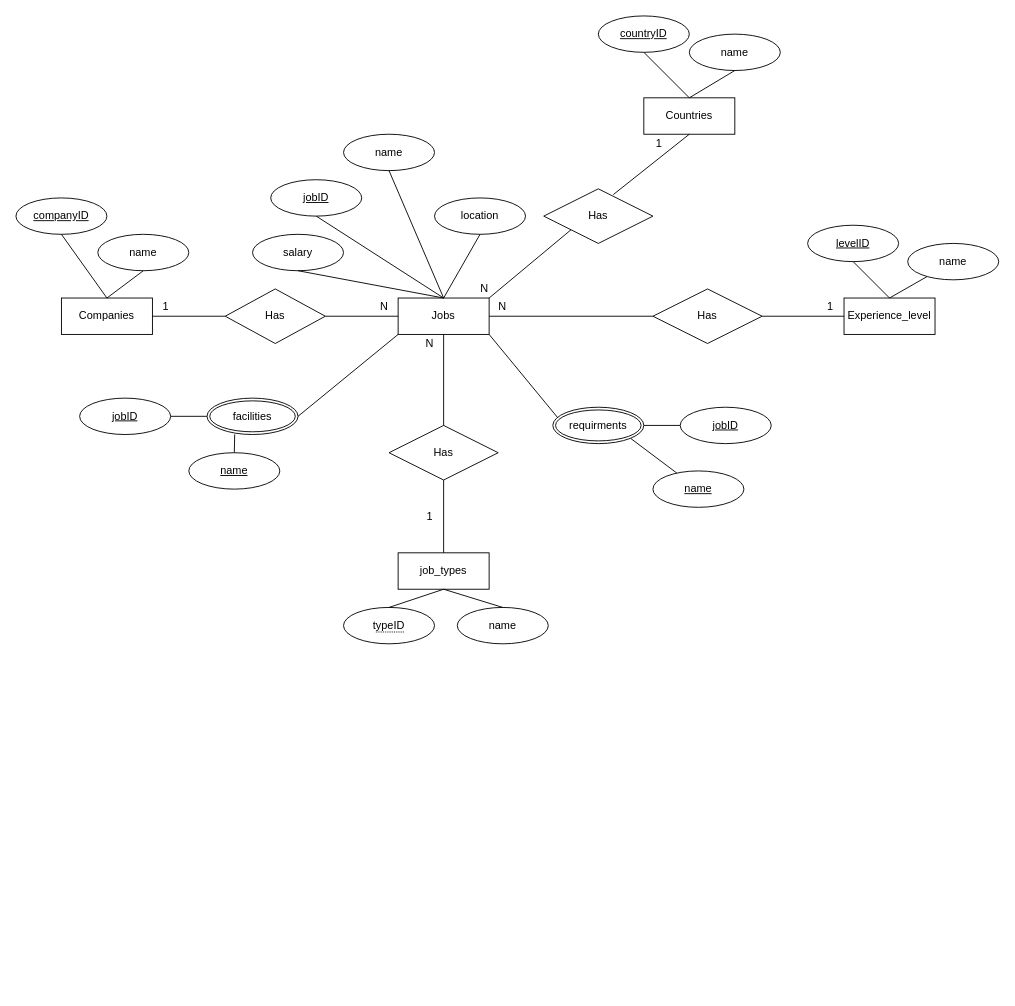
The draw.io diagram page "OpportunitiesERM" (3 of 3) of Repo_ERM.drawio in hnadir-dev/RestApiFlask, before the edit. Source tidied: cells renumbered, new cells numbered last; positions are measured from the earlier drawing's top-left corner, leaving out a move shared by most shapes. Both pictures are drawn from the tidied source at 91%, with x=0, y=0 at pixel (15, 15).
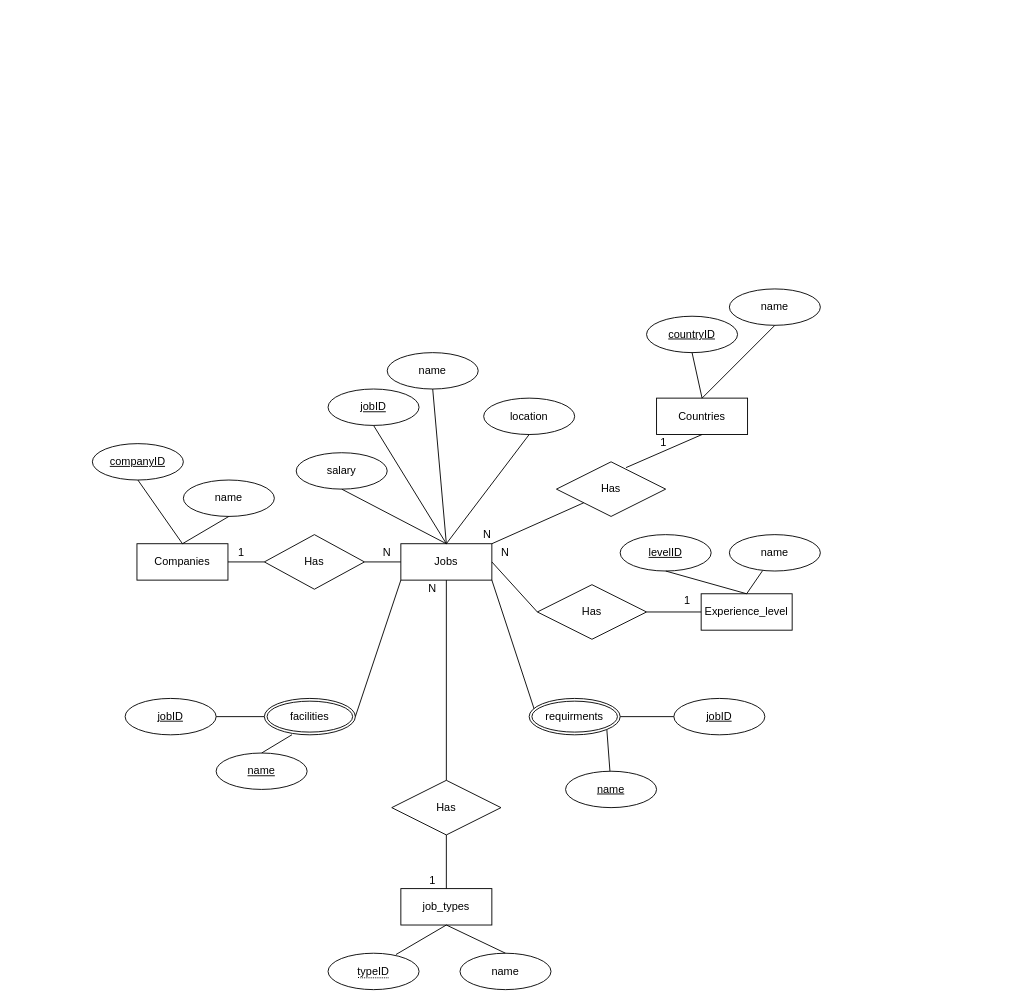
After the change.

What changed in the source:
```diff
@@
     <mxCell id="2" value="Companies" style="whiteSpace=wrap;html=1;align=center;" parent="1" vertex="1">
-      <mxGeometry x="50" y="310" width="100" height="40" as="geometry" />
+      <mxGeometry x="133" y="580" width="100" height="40" as="geometry" />
     </mxCell>
     <mxCell id="3" value="Jobs" style="whiteSpace=wrap;html=1;align=center;" parent="1" vertex="1">
-      <mxGeometry x="420" y="310" width="100" height="40" as="geometry" />
+      <mxGeometry x="423" y="580" width="100" height="40" as="geometry" />
     </mxCell>
     <mxCell id="4" value="Experience_level" style="whiteSpace=wrap;html=1;align=center;" parent="1" vertex="1">
-      <mxGeometry x="910" y="310" width="100" height="40" as="geometry" />
+      <mxGeometry x="753" y="635" width="100" height="40" as="geometry" />
     </mxCell>
     <mxCell id="5" value="job_types" style="whiteSpace=wrap;html=1;align=center;" parent="1" vertex="1">
-      <mxGeometry x="420" y="590" width="100" height="40" as="geometry" />
+      <mxGeometry x="423" y="959" width="100" height="40" as="geometry" />
     </mxCell>
     <mxCell id="6" value="jobID" style="ellipse;whiteSpace=wrap;html=1;align=center;fontStyle=4;" parent="1" vertex="1">
-      <mxGeometry x="280" y="180" width="100" height="40" as="geometry" />
+      <mxGeometry x="343" y="410" width="100" height="40" as="geometry" />
     </mxCell>
@@
     <mxCell id="8" value="name" style="ellipse;whiteSpace=wrap;html=1;align=center;" parent="1" vertex="1">
-      <mxGeometry x="360" y="130" width="100" height="40" as="geometry" />
+      <mxGeometry x="408" y="370" width="100" height="40" as="geometry" />
     </mxCell>
@@
     <mxCell id="10" value="salary" style="ellipse;whiteSpace=wrap;html=1;align=center;" parent="1" vertex="1">
-      <mxGeometry x="260" y="240" width="100" height="40" as="geometry" />
+      <mxGeometry x="308" y="480" width="100" height="40" as="geometry" />
     </mxCell>
@@
     <mxCell id="12" value="name" style="ellipse;whiteSpace=wrap;html=1;align=center;" parent="1" vertex="1">
-      <mxGeometry x="90" y="240" width="100" height="40" as="geometry" />
+      <mxGeometry x="184" y="510" width="100" height="40" as="geometry" />
     </mxCell>
     <mxCell id="13" value="companyID" style="ellipse;whiteSpace=wrap;html=1;align=center;fontStyle=4;" parent="1" vertex="1">
-      <mxGeometry y="200" width="100" height="40" as="geometry" />
+      <mxGeometry x="84" y="470" width="100" height="40" as="geometry" />
     </mxCell>
@@
     <mxCell id="17" value="name" style="ellipse;whiteSpace=wrap;html=1;align=center;" parent="1" vertex="1">
-      <mxGeometry x="980" y="250" width="100" height="40" as="geometry" />
+      <mxGeometry x="784" y="570" width="100" height="40" as="geometry" />
     </mxCell>
     <mxCell id="18" value="levelID" style="ellipse;whiteSpace=wrap;html=1;align=center;fontStyle=4;" parent="1" vertex="1">
-      <mxGeometry x="870" y="230" width="100" height="40" as="geometry" />
+      <mxGeometry x="664" y="570" width="100" height="40" as="geometry" />
     </mxCell>
@@
     <mxCell id="20" value="&lt;span style=&quot;border-bottom: 1px dotted&quot;&gt;typeID&lt;/span&gt;" style="ellipse;whiteSpace=wrap;html=1;align=center;" parent="1" vertex="1">
-      <mxGeometry x="360" y="650" width="100" height="40" as="geometry" />
+      <mxGeometry x="343" y="1030" width="100" height="40" as="geometry" />
     </mxCell>
     <mxCell id="21" value="name" style="ellipse;whiteSpace=wrap;html=1;align=center;" parent="1" vertex="1">
-      <mxGeometry x="485" y="650" width="100" height="40" as="geometry" />
+      <mxGeometry x="488" y="1030" width="100" height="40" as="geometry" />
     </mxCell>
@@
-    <mxCell id="23" style="endArrow=none;html=1;rounded=0;entryX=0.5;entryY=0;entryDx=0;entryDy=0;exitX=0.5;exitY=1;exitDx=0;exitDy=0;" parent="1" edge="1" source="5" target="20">
+    <mxCell id="23" style="endArrow=none;html=1;rounded=0;entryX=0.746;entryY=0.036;entryDx=0;entryDy=0;exitX=0.5;exitY=1;exitDx=0;exitDy=0;entryPerimeter=0;" parent="1" edge="1" source="5" target="20">
       <mxGeometry relative="1" as="geometry" />
     </mxCell>
@@
     <mxCell id="25" value="jobID" style="ellipse;whiteSpace=wrap;html=1;align=center;fontStyle=4;" parent="1" vertex="1">
-      <mxGeometry x="70" y="420" width="100" height="40" as="geometry" />
+      <mxGeometry x="120" y="750" width="100" height="40" as="geometry" />
     </mxCell>
     <mxCell id="26" value="&lt;u&gt;name&lt;/u&gt;" style="ellipse;whiteSpace=wrap;html=1;align=center;" parent="1" vertex="1">
-      <mxGeometry x="190" y="480" width="100" height="40" as="geometry" />
+      <mxGeometry x="220" y="810" width="100" height="40" as="geometry" />
     </mxCell>
@@
     <mxCell id="29" value="jobID" style="ellipse;whiteSpace=wrap;html=1;align=center;fontStyle=4;" parent="1" vertex="1">
-      <mxGeometry x="730" y="430" width="100" height="40" as="geometry" />
+      <mxGeometry x="723" y="750" width="100" height="40" as="geometry" />
     </mxCell>
@@
     <mxCell id="31" value="Has" style="shape=rhombus;perimeter=rhombusPerimeter;whiteSpace=wrap;html=1;align=center;" parent="1" vertex="1">
-      <mxGeometry x="230" y="300" width="110" height="60" as="geometry" />
+      <mxGeometry x="273" y="570" width="110" height="60" as="geometry" />
     </mxCell>
@@
     <mxCell id="34" value="1" style="text;html=1;strokeColor=none;fillColor=none;align=center;verticalAlign=middle;whiteSpace=wrap;rounded=0;" parent="1" vertex="1">
-      <mxGeometry x="150" y="310" width="30" height="20" as="geometry" />
+      <mxGeometry x="233" y="580" width="30" height="20" as="geometry" />
     </mxCell>
     <mxCell id="35" value="N" style="text;html=1;strokeColor=none;fillColor=none;align=center;verticalAlign=middle;whiteSpace=wrap;rounded=0;" parent="1" vertex="1">
-      <mxGeometry x="390" y="310" width="30" height="20" as="geometry" />
+      <mxGeometry x="393" y="580" width="30" height="20" as="geometry" />
     </mxCell>
     <mxCell id="36" value="Has" style="shape=rhombus;perimeter=rhombusPerimeter;whiteSpace=wrap;html=1;align=center;" parent="1" vertex="1">
-      <mxGeometry x="700" y="300" width="120" height="60" as="geometry" />
+      <mxGeometry x="573" y="625" width="120" height="60" as="geometry" />
     </mxCell>
@@
     <mxCell id="39" value="N" style="text;html=1;strokeColor=none;fillColor=none;align=center;verticalAlign=middle;whiteSpace=wrap;rounded=0;" parent="1" vertex="1">
-      <mxGeometry x="520" y="310" width="30" height="20" as="geometry" />
+      <mxGeometry x="523" y="580" width="30" height="20" as="geometry" />
     </mxCell>
     <mxCell id="40" value="1" style="text;html=1;strokeColor=none;fillColor=none;align=center;verticalAlign=middle;whiteSpace=wrap;rounded=0;" parent="1" vertex="1">
-      <mxGeometry x="880" y="310" width="30" height="20" as="geometry" />
+      <mxGeometry x="723" y="633" width="30" height="20" as="geometry" />
     </mxCell>
     <mxCell id="41" value="Has" style="shape=rhombus;perimeter=rhombusPerimeter;whiteSpace=wrap;html=1;align=center;" parent="1" vertex="1">
-      <mxGeometry x="410" y="450" width="120" height="60" as="geometry" />
+      <mxGeometry x="413" y="840" width="120" height="60" as="geometry" />
     </mxCell>
@@
     <mxCell id="44" value="N" style="text;html=1;strokeColor=none;fillColor=none;align=center;verticalAlign=middle;whiteSpace=wrap;rounded=0;" parent="1" vertex="1">
-      <mxGeometry x="440" y="350" width="30" height="20" as="geometry" />
+      <mxGeometry x="443" y="620" width="30" height="20" as="geometry" />
     </mxCell>
     <mxCell id="45" value="1" style="text;html=1;strokeColor=none;fillColor=none;align=center;verticalAlign=middle;whiteSpace=wrap;rounded=0;" parent="1" vertex="1">
-      <mxGeometry x="440" y="540" width="30" height="20" as="geometry" />
+      <mxGeometry x="443" y="940" width="30" height="20" as="geometry" />
     </mxCell>
@@
     <mxCell id="47" value="facilities" style="ellipse;shape=doubleEllipse;margin=3;whiteSpace=wrap;html=1;align=center;" parent="1" vertex="1">
-      <mxGeometry x="210" y="420" width="100" height="40" as="geometry" />
+      <mxGeometry x="273" y="750" width="100" height="40" as="geometry" />
     </mxCell>
@@
     <mxCell id="49" value="requirments" style="ellipse;shape=doubleEllipse;margin=3;whiteSpace=wrap;html=1;align=center;" parent="1" vertex="1">
-      <mxGeometry x="590" y="430" width="100" height="40" as="geometry" />
+      <mxGeometry x="564" y="750" width="100" height="40" as="geometry" />
     </mxCell>
     <mxCell id="50" value="name" style="ellipse;whiteSpace=wrap;html=1;align=center;fontStyle=4;" parent="1" vertex="1">
-      <mxGeometry x="700" y="500" width="100" height="40" as="geometry" />
+      <mxGeometry x="604" y="830" width="100" height="40" as="geometry" />
     </mxCell>
     <mxCell id="51" value="location" style="ellipse;whiteSpace=wrap;html=1;align=center;" parent="1" vertex="1">
-      <mxGeometry x="460" y="200" width="100" height="40" as="geometry" />
+      <mxGeometry x="514" y="420" width="100" height="40" as="geometry" />
     </mxCell>
@@
     <mxCell id="53" value="Countries" style="whiteSpace=wrap;html=1;align=center;" parent="1" vertex="1">
-      <mxGeometry x="690" y="90" width="100" height="40" as="geometry" />
+      <mxGeometry x="704" y="420" width="100" height="40" as="geometry" />
     </mxCell>
     <mxCell id="54" value="Has" style="shape=rhombus;perimeter=rhombusPerimeter;whiteSpace=wrap;html=1;align=center;" parent="1" vertex="1">
-      <mxGeometry x="580" y="190" width="120" height="60" as="geometry" />
+      <mxGeometry x="594" y="490" width="120" height="60" as="geometry" />
     </mxCell>
@@
     <mxCell id="57" value="name" style="ellipse;whiteSpace=wrap;html=1;align=center;" parent="1" vertex="1">
-      <mxGeometry x="740" y="20" width="100" height="40" as="geometry" />
+      <mxGeometry x="784" y="300" width="100" height="40" as="geometry" />
     </mxCell>
     <mxCell id="58" value="countryID" style="ellipse;whiteSpace=wrap;html=1;align=center;fontStyle=4;" parent="1" vertex="1">
-      <mxGeometry x="640" width="100" height="40" as="geometry" />
+      <mxGeometry x="693" y="330" width="100" height="40" as="geometry" />
     </mxCell>
@@
     <mxCell id="61" value="N" style="text;html=1;strokeColor=none;fillColor=none;align=center;verticalAlign=middle;whiteSpace=wrap;rounded=0;" parent="1" vertex="1">
-      <mxGeometry x="500" y="290" width="30" height="20" as="geometry" />
+      <mxGeometry x="503" y="560" width="30" height="20" as="geometry" />
     </mxCell>
     <mxCell id="62" value="1" style="text;html=1;strokeColor=none;fillColor=none;align=center;verticalAlign=middle;whiteSpace=wrap;rounded=0;" parent="1" vertex="1">
-      <mxGeometry x="692" y="130" width="30" height="20" as="geometry" />
+      <mxGeometry x="697" y="459" width="30" height="20" as="geometry" />
     </mxCell>
```
